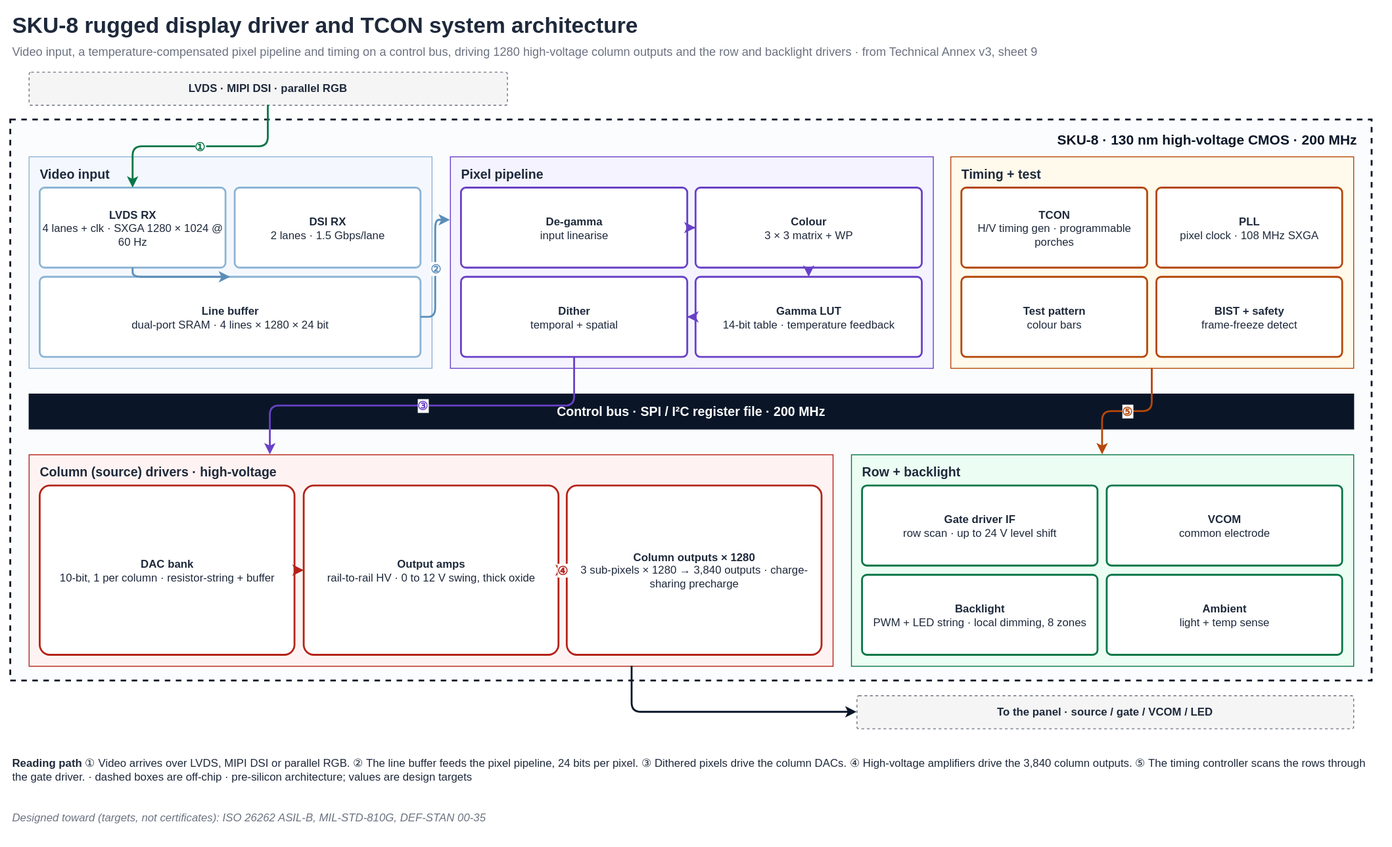
Before: public/diagrams/sku-8-architecture.svg, a diagram exported from draw.io (shekerkamma/deepgrid-dr-silicon-v10). Source tidied: cells renumbered, new cells last; positions are measured from the earlier drawing's top-left corner, leaving out a move shared by most shapes.
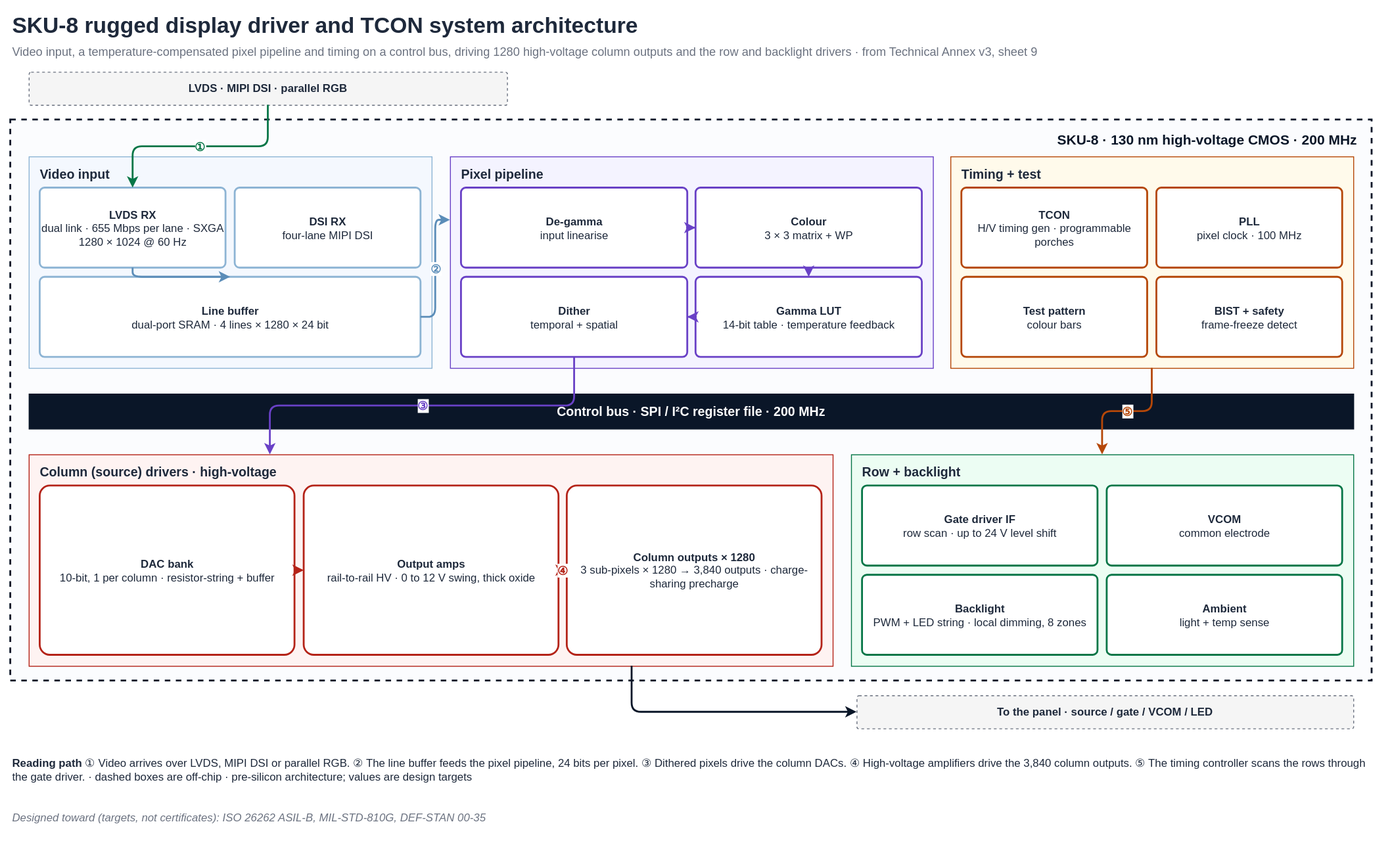
Later version of the same file.

Commit message:
fix(v6): SKU-8 diagram follows the product page's inputs and PLL

The edit, as a diff of the source:
```diff
@@ -17,10 +17,10 @@
     <mxCell id="6" value="Video input" style="rounded=0;whiteSpace=wrap;html=1;fillColor=#F4F8FE;strokeColor=#8DB4D4;verticalAlign=top;align=left;spacingLeft=10;spacingTop=4;fontSize=14;fontStyle=1;fontColor=#1E293B;" parent="1" vertex="1">
       <mxGeometry x="20" y="160" width="438" height="230" as="geometry" />
     </mxCell>
-    <mxCell id="7" value="&lt;b&gt;LVDS RX&lt;/b&gt;&lt;br&gt;4 lanes + clk · SXGA 1280 × 1024 @ 60 Hz" style="rounded=1;whiteSpace=wrap;html=1;fillColor=#FFFFFF;strokeColor=#8DB4D4;strokeWidth=2;fontSize=12;fontColor=#1E293B;arcSize=6;" parent="1" vertex="1">
+    <mxCell id="7" value="&lt;b&gt;LVDS RX&lt;/b&gt;&lt;br&gt;dual link · 655 Mbps per lane · SXGA 1280 × 1024 @ 60 Hz" style="rounded=1;whiteSpace=wrap;html=1;fillColor=#FFFFFF;strokeColor=#8DB4D4;strokeWidth=2;fontSize=12;fontColor=#1E293B;arcSize=6;" parent="1" vertex="1">
       <mxGeometry x="32" y="194" width="202" height="87" as="geometry" />
     </mxCell>
-    <mxCell id="8" value="&lt;b&gt;DSI RX&lt;/b&gt;&lt;br&gt;2 lanes · 1.5 Gbps/lane" style="rounded=1;whiteSpace=wrap;html=1;fillColor=#FFFFFF;strokeColor=#8DB4D4;strokeWidth=2;fontSize=12;fontColor=#1E293B;arcSize=6;" parent="1" vertex="1">
+    <mxCell id="8" value="&lt;b&gt;DSI RX&lt;/b&gt;&lt;br&gt;four-lane MIPI DSI" style="rounded=1;whiteSpace=wrap;html=1;fillColor=#FFFFFF;strokeColor=#8DB4D4;strokeWidth=2;fontSize=12;fontColor=#1E293B;arcSize=6;" parent="1" vertex="1">
       <mxGeometry x="244" y="194" width="202" height="87" as="geometry" />
     </mxCell>
     <mxCell id="9" value="&lt;b&gt;Line buffer&lt;/b&gt;&lt;br&gt;dual-port SRAM · 4 lines × 1280 × 24 bit" style="rounded=1;whiteSpace=wrap;html=1;fillColor=#FFFFFF;strokeColor=#8DB4D4;strokeWidth=2;fontSize=12;fontColor=#1E293B;arcSize=6;" parent="1" vertex="1">
@@ -47,7 +47,7 @@
     <mxCell id="16" value="&lt;b&gt;TCON&lt;/b&gt;&lt;br&gt;H/V timing gen · programmable porches" style="rounded=1;whiteSpace=wrap;html=1;fillColor=#FFFFFF;strokeColor=#B54708;strokeWidth=2;fontSize=12;fontColor=#1E293B;arcSize=6;" parent="1" vertex="1">
       <mxGeometry x="1034" y="194" width="202" height="87" as="geometry" />
     </mxCell>
-    <mxCell id="17" value="&lt;b&gt;PLL&lt;/b&gt;&lt;br&gt;pixel clock · 108 MHz SXGA" style="rounded=1;whiteSpace=wrap;html=1;fillColor=#FFFFFF;strokeColor=#B54708;strokeWidth=2;fontSize=12;fontColor=#1E293B;arcSize=6;" parent="1" vertex="1">
+    <mxCell id="17" value="&lt;b&gt;PLL&lt;/b&gt;&lt;br&gt;pixel clock · 100 MHz" style="rounded=1;whiteSpace=wrap;html=1;fillColor=#FFFFFF;strokeColor=#B54708;strokeWidth=2;fontSize=12;fontColor=#1E293B;arcSize=6;" parent="1" vertex="1">
       <mxGeometry x="1246" y="194" width="202" height="87" as="geometry" />
     </mxCell>
     <mxCell id="18" value="&lt;b&gt;Test pattern&lt;/b&gt;&lt;br&gt;colour bars" style="rounded=1;whiteSpace=wrap;html=1;fillColor=#FFFFFF;strokeColor=#B54708;strokeWidth=2;fontSize=12;fontColor=#1E293B;arcSize=6;" parent="1" vertex="1">
```
